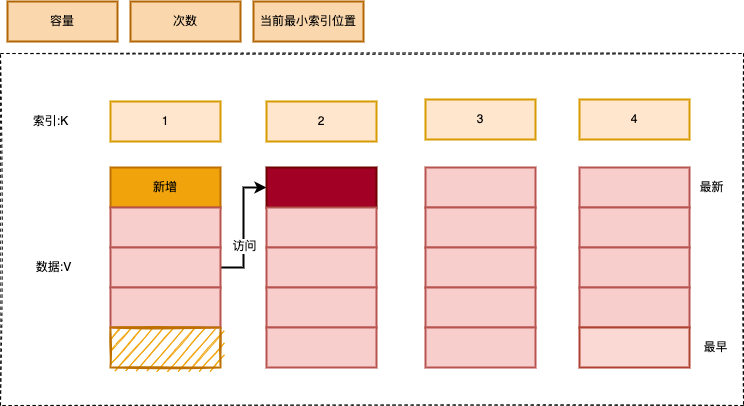
Earlier version of the draw.io export LFU.png (845642761/diagram). Source tidied: cells renumbered, new cells last; positions are measured from the earlier drawing's top-left corner, leaving out a move shared by most shapes.
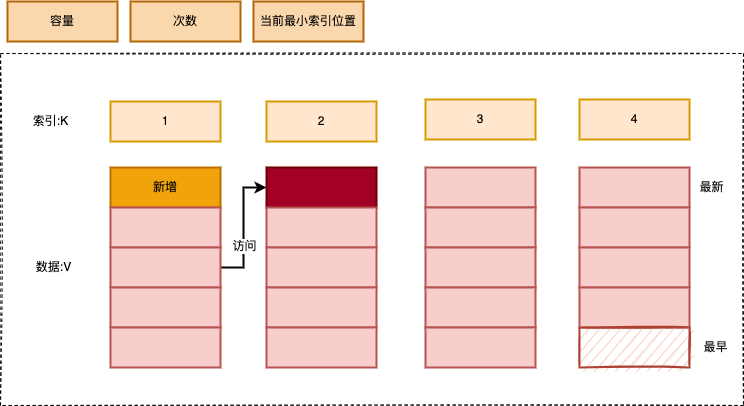
The same file after the commit.

The edit, as a diff of the source:
```diff
@@ -38,7 +38,7 @@
     <mxCell id="13" style="rounded=0;whiteSpace=wrap;html=1;strokeWidth=2;fillColor=#f8cecc;strokeColor=#b85450;" parent="1" vertex="1">
       <mxGeometry x="110" y="286" width="110" height="40" as="geometry" />
     </mxCell>
-    <mxCell id="14" style="rounded=0;whiteSpace=wrap;html=1;strokeWidth=2;fillColor=#f0a30a;strokeColor=#BD7000;sketch=1;fontColor=#000000;" parent="1" vertex="1">
+    <mxCell id="14" style="rounded=0;whiteSpace=wrap;html=1;strokeWidth=2;fillColor=#f8cecc;strokeColor=#b85450;sketch=0;fontColor=default;" parent="1" vertex="1">
       <mxGeometry x="110" y="326" width="110" height="40" as="geometry" />
     </mxCell>
     <mxCell id="15" style="rounded=0;whiteSpace=wrap;html=1;strokeWidth=2;fillColor=#a20025;strokeColor=#6F0000;fontColor=#ffffff;" parent="1" vertex="1">
@@ -83,7 +83,7 @@
     <mxCell id="28" style="rounded=0;whiteSpace=wrap;html=1;strokeWidth=2;fillColor=#f8cecc;strokeColor=#b85450;" parent="1" vertex="1">
       <mxGeometry x="579" y="286" width="110" height="40" as="geometry" />
     </mxCell>
-    <mxCell id="29" style="rounded=0;whiteSpace=wrap;html=1;strokeWidth=2;fillColor=#fad9d5;strokeColor=#ae4132;sketch=0;" parent="1" vertex="1">
+    <mxCell id="29" style="rounded=0;whiteSpace=wrap;html=1;strokeWidth=2;fillColor=#fad9d5;strokeColor=#ae4132;sketch=1;shadow=0;" parent="1" vertex="1">
       <mxGeometry x="579" y="326" width="110" height="40" as="geometry" />
     </mxCell>
     <mxCell id="30" style="edgeStyle=orthogonalEdgeStyle;rounded=0;orthogonalLoop=1;jettySize=auto;html=1;exitX=0.5;exitY=1;exitDx=0;exitDy=0;strokeWidth=2;fillColor=#ffe6cc;strokeColor=#d79b00;" parent="1" edge="1" source="6" target="6">
```
